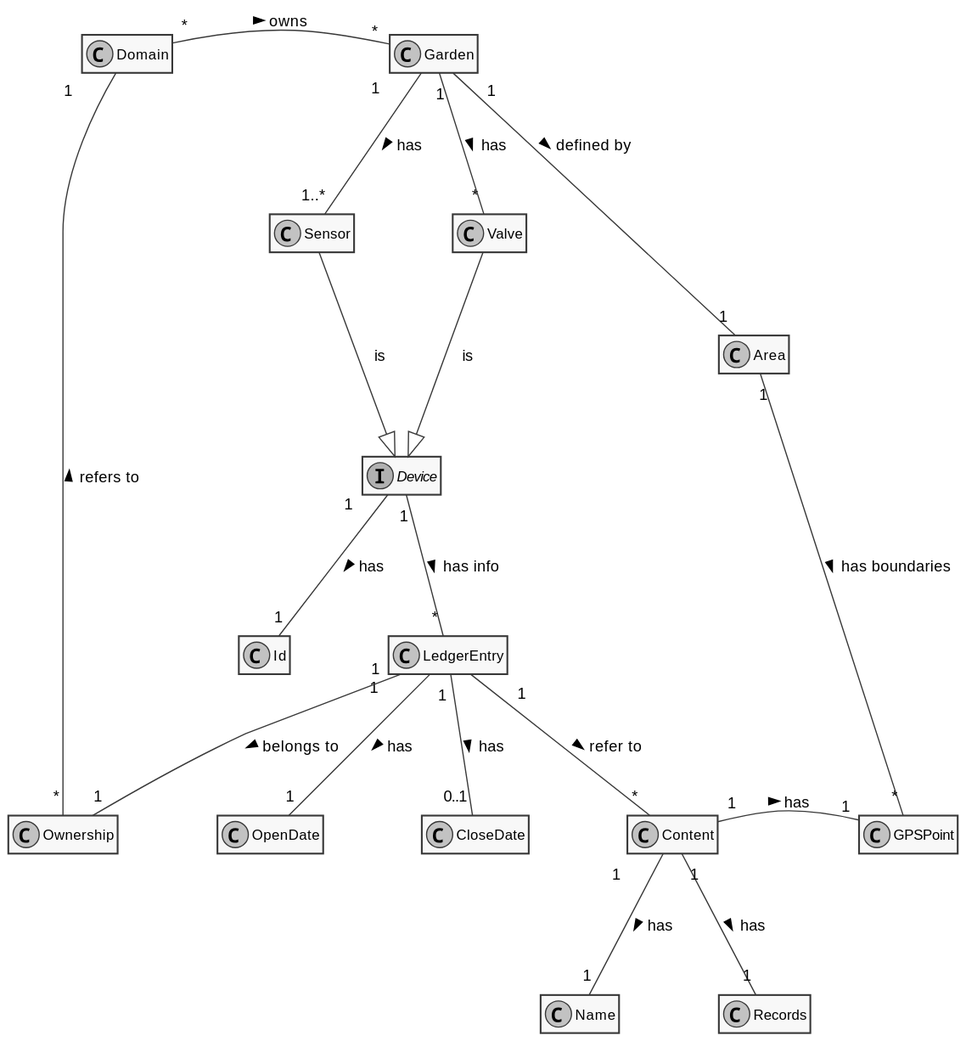
Above: docs/services/smart-irrigation/diagrams/model.svg in FilipeMCruz/sensae-console (PlantUML), before the change.
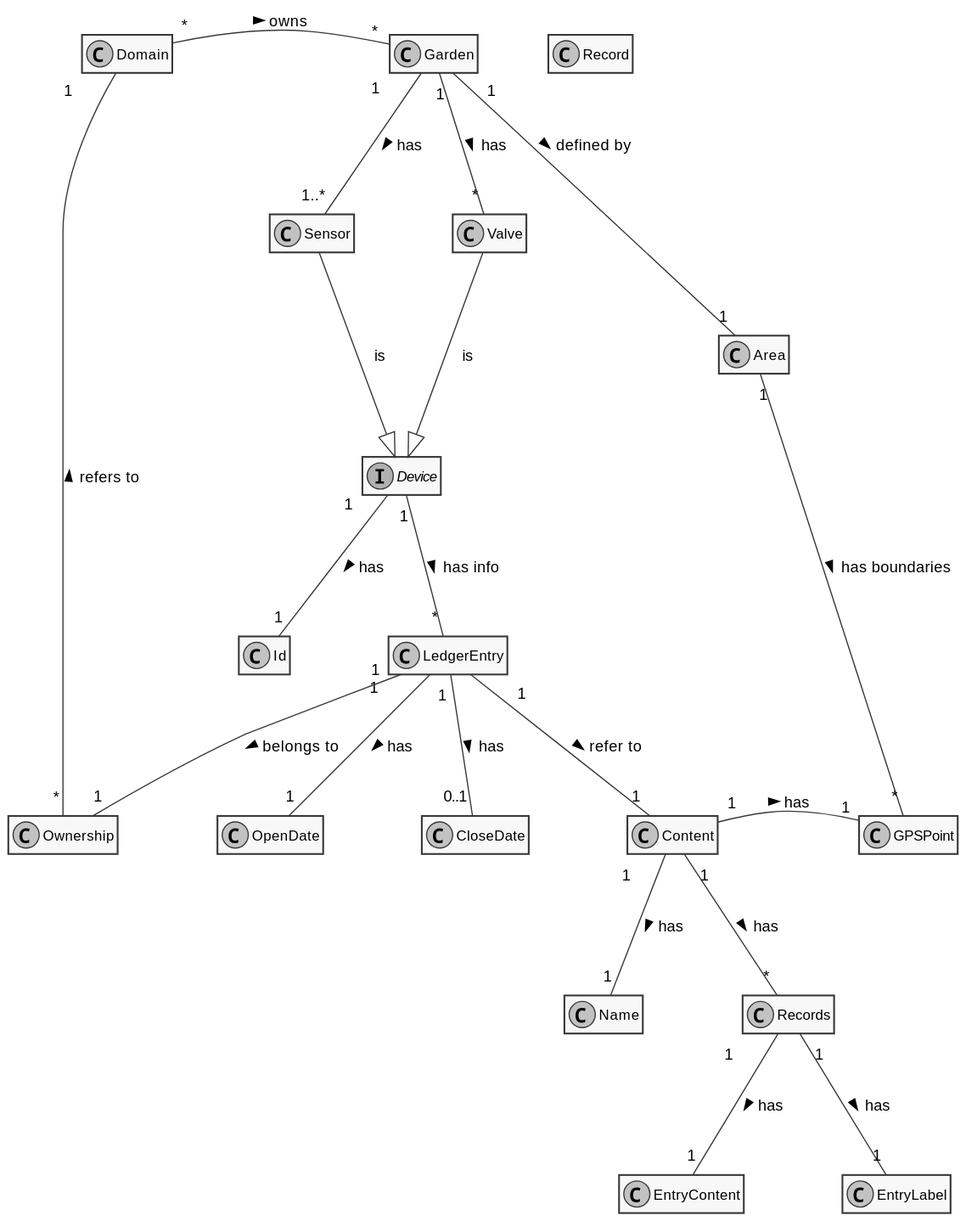
Later version of the same file.

The edit, as a diff of the source:
```diff
@@ -32,7 +32,11 @@
 
 class GPSPoint
 
-class Records
+class Record
+
+class EntryContent
+
+class EntryLabel
 
 Domain "*" - "*" Garden: owns >
 Area "1" -- "*" GPSPoint: has boundaries >
@@ -45,11 +49,13 @@
 Device "1" -- "1" Id: has >
 LedgerEntry "1" -- "1" OpenDate: has >
 LedgerEntry "1" -- "0..1" CloseDate: has >
-LedgerEntry "1" -- "*" Content: refer to >
+LedgerEntry "1" -- "1" Content: refer to >
 LedgerEntry "1" -- "1" Ownership: belongs to >
-Content "1" -- "1" Records: has >
+Content "1" -- "*" Records: has >
 Content "1" -- "1" Name: has >
 Content "1" - "1" GPSPoint: has >
 Domain "1" ---- "*" Ownership: refers to <
+Records "1" -- "1" EntryContent: has >
+Records "1" -- "1" EntryLabel: has >
 
 @enduml
```
